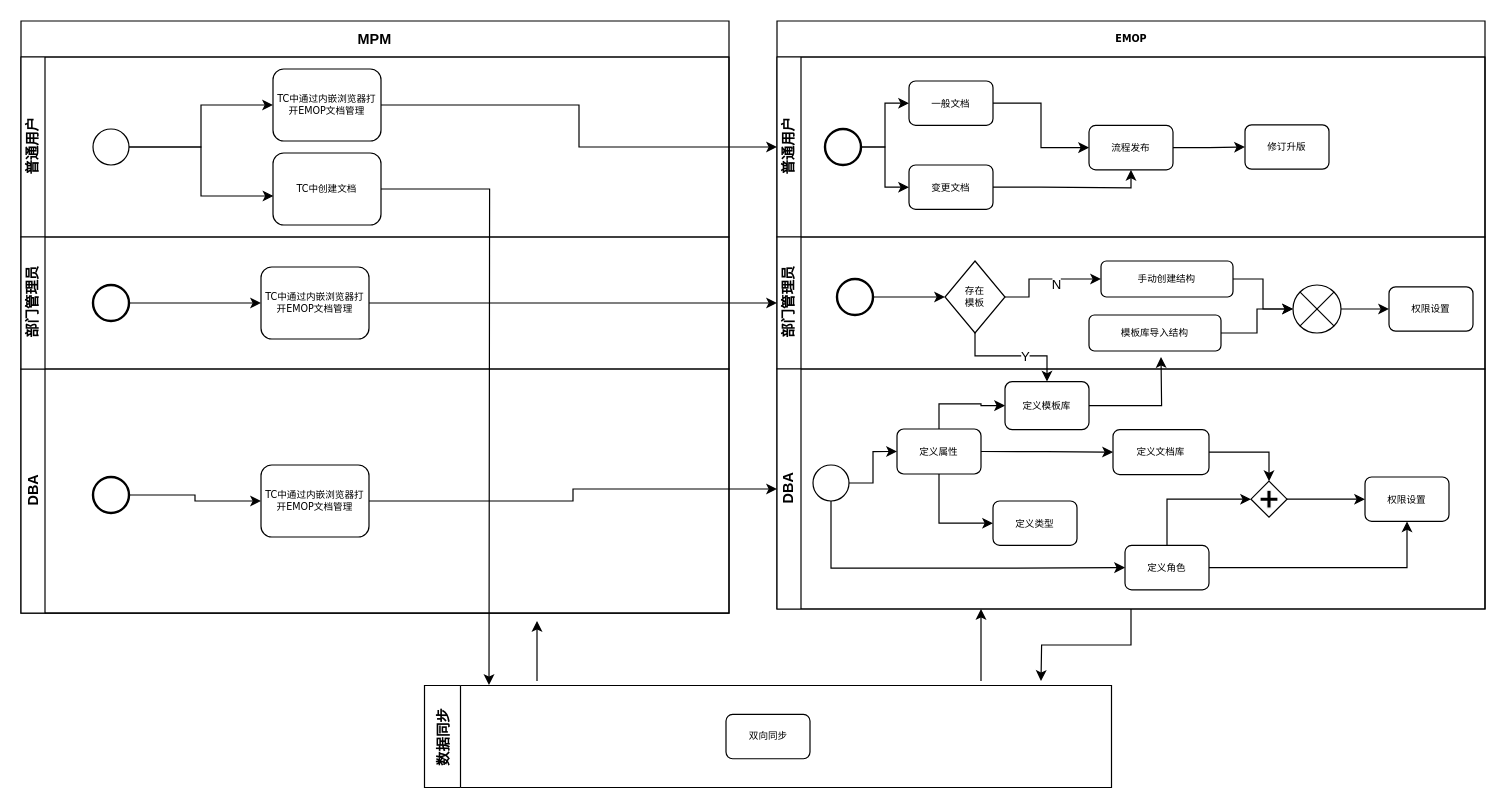
Above: doc-wf-changan.drawio in lvmq/emop (draw.io), before the change. Source tidied: cells renumbered, new cells numbered last; positions are measured from the earlier drawing's top-left corner, leaving out a move shared by most shapes. Both pictures are drawn from the tidied source at 120%, with x=0, y=0 at pixel (20, 20).
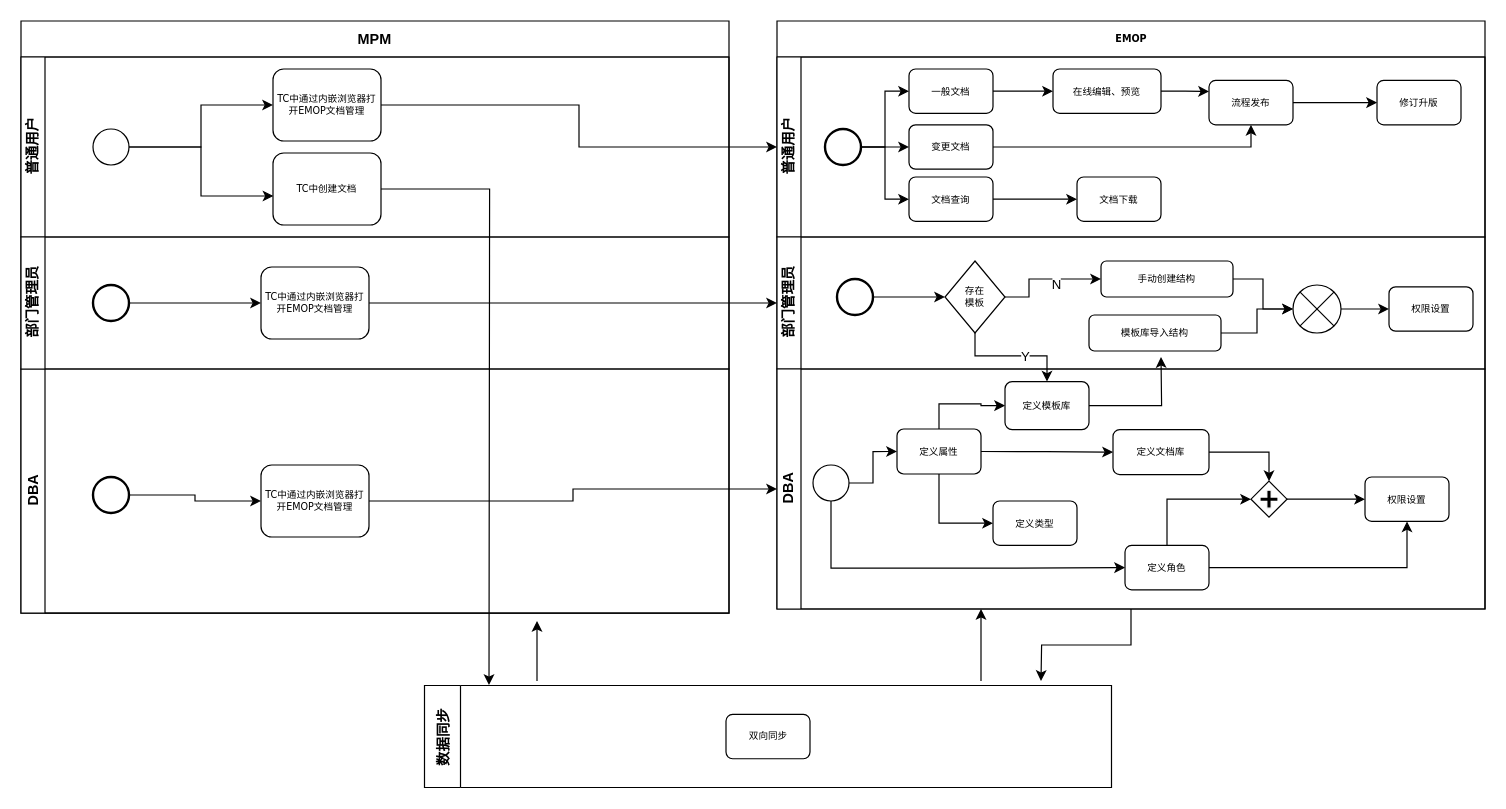
The same page after the edit.

Unchanged cells that the change refers to:
```xml
<mxCell id="3" value="普通用户" style="swimlane;html=1;startSize=20;horizontal=0;" parent="2" vertex="1">
  <mxGeometry y="30" width="590" height="150" as="geometry" />
</mxCell>
<mxCell id="6" style="ellipse;whiteSpace=wrap;html=1;rounded=0;shadow=0;labelBackgroundColor=none;strokeWidth=2;fontFamily=Verdana;fontSize=8;align=center;" parent="3" vertex="1">
  <mxGeometry x="40" y="60" width="30" height="30" as="geometry" />
</mxCell>
```

The edit, as a diff of the source:
```diff
@@
+    <mxCell id="72" style="edgeStyle=orthogonalEdgeStyle;rounded=0;jettySize=auto;html=1;entryX=0;entryY=0.5;entryDx=0;entryDy=0;" parent="3" edge="1" source="6" target="75">
+      <mxGeometry relative="1" as="geometry" />
+    </mxCell>
@@
-    <mxCell id="7" style="edgeStyle=orthogonalEdgeStyle;rounded=0;jettySize=auto;html=1;entryX=0;entryY=0.5;entryDx=0;entryDy=0;" parent="3" edge="1" source="8" target="13">
-      <mxGeometry relative="1" as="geometry" />
-    </mxCell>
+    <mxCell id="73" style="edgeStyle=orthogonalEdgeStyle;rounded=0;jettySize=auto;html=1;entryX=0;entryY=0.5;entryDx=0;entryDy=0;" parent="3" edge="1" source="8" target="78">
+      <mxGeometry relative="1" as="geometry" />
+    </mxCell>
     <mxCell id="8" value="一般文档" style="rounded=1;whiteSpace=wrap;html=1;shadow=0;labelBackgroundColor=none;strokeWidth=1;fontFamily=Verdana;fontSize=8;align=center;rotation=0;" parent="3" vertex="1">
-      <mxGeometry x="110" y="20" width="70" height="37" as="geometry" />
+      <mxGeometry x="110" y="10" width="70" height="37" as="geometry" />
     </mxCell>
     <mxCell id="9" style="edgeStyle=orthogonalEdgeStyle;rounded=0;jettySize=auto;html=1;entryX=0.5;entryY=1;entryDx=0;entryDy=0;" parent="3" edge="1" source="10" target="13">
       <mxGeometry relative="1" as="geometry">
         <Array as="points">
-          <mxPoint x="220" y="109" />
-          <mxPoint x="295" y="109" />
+          <mxPoint x="395" y="75" />
         </Array>
       </mxGeometry>
     </mxCell>
     <mxCell id="10" value="变更文档" style="rounded=1;whiteSpace=wrap;html=1;shadow=0;labelBackgroundColor=none;strokeWidth=1;fontFamily=Verdana;fontSize=8;align=center;rotation=0;" parent="3" vertex="1">
-      <mxGeometry x="110" y="90" width="70" height="37" as="geometry" />
+      <mxGeometry x="110" y="56.5" width="70" height="37" as="geometry" />
     </mxCell>
     <mxCell id="11" value="修订升版" style="rounded=1;whiteSpace=wrap;html=1;shadow=0;labelBackgroundColor=none;strokeWidth=1;fontFamily=Verdana;fontSize=8;align=center;rotation=0;" parent="3" vertex="1">
-      <mxGeometry x="390" y="56.5" width="70" height="37" as="geometry" />
+      <mxGeometry x="500" y="19.5" width="70" height="37" as="geometry" />
     </mxCell>
@@
     <mxCell id="13" value="流程发布" style="rounded=1;whiteSpace=wrap;html=1;shadow=0;labelBackgroundColor=none;strokeWidth=1;fontFamily=Verdana;fontSize=8;align=center;rotation=0;" parent="3" vertex="1">
-      <mxGeometry x="260" y="57" width="70" height="37" as="geometry" />
+      <mxGeometry x="360" y="19.5" width="70" height="37" as="geometry" />
     </mxCell>
+    <mxCell id="74" style="edgeStyle=orthogonalEdgeStyle;rounded=0;jettySize=auto;html=1;entryX=0;entryY=0.5;entryDx=0;entryDy=0;" parent="3" edge="1" source="75" target="76">
+      <mxGeometry relative="1" as="geometry" />
+    </mxCell>
+    <mxCell id="75" value="文档查询" style="rounded=1;whiteSpace=wrap;html=1;shadow=0;labelBackgroundColor=none;strokeWidth=1;fontFamily=Verdana;fontSize=8;align=center;rotation=0;" parent="3" vertex="1">
+      <mxGeometry x="110" y="100" width="70" height="37" as="geometry" />
+    </mxCell>
+    <mxCell id="76" value="文档下载" style="rounded=1;whiteSpace=wrap;html=1;shadow=0;labelBackgroundColor=none;strokeWidth=1;fontFamily=Verdana;fontSize=8;align=center;rotation=0;" parent="3" vertex="1">
+      <mxGeometry x="250" y="100" width="70" height="37" as="geometry" />
+    </mxCell>
+    <mxCell id="77" style="edgeStyle=orthogonalEdgeStyle;rounded=0;jettySize=auto;html=1;entryX=0;entryY=0.25;entryDx=0;entryDy=0;" parent="3" edge="1" source="78" target="13">
+      <mxGeometry relative="1" as="geometry" />
+    </mxCell>
+    <mxCell id="78" value="在线编辑、预览" style="rounded=1;whiteSpace=wrap;html=1;shadow=0;labelBackgroundColor=none;strokeWidth=1;fontFamily=Verdana;fontSize=8;align=center;rotation=0;" parent="3" vertex="1">
+      <mxGeometry x="230" y="10" width="90" height="37" as="geometry" />
+    </mxCell>
```
